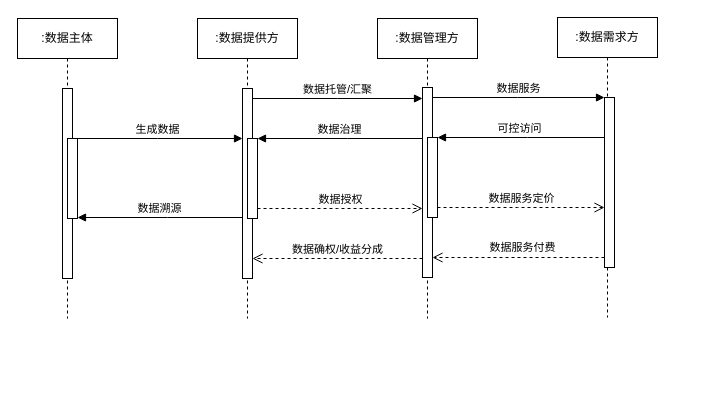
This is 数据共享顺序图.drawio from MaggieZhao-0711/SimpleBlockChain, a draw.io file, before an edit. Source tidied: cells renumbered, new cells numbered last; positions are measured from the earlier drawing's top-left corner, leaving out a move shared by most shapes. Both pictures are drawn from the tidied source at 100%, with x=0, y=0 at pixel (17, 17).
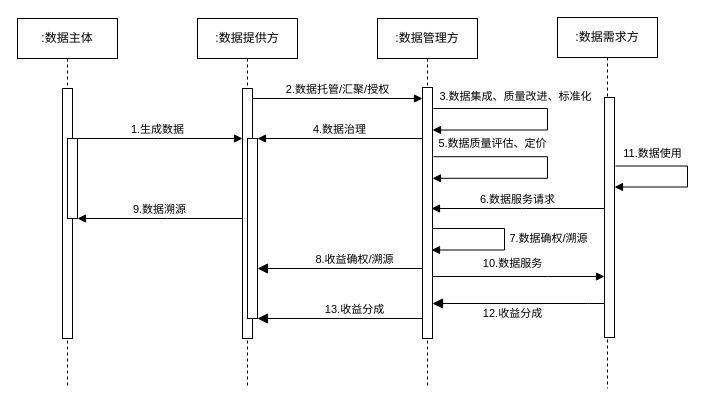
The same page after the edit.

Commit message:
更新数据共享顺序图.drawio

The edit, as a diff of the source:
```diff
@@
     <mxCell id="2" value=":数据主体" style="shape=umlLifeline;perimeter=lifelinePerimeter;whiteSpace=wrap;html=1;newEdgeStyle={&quot;edgeStyle&quot;:&quot;elbowEdgeStyle&quot;,&quot;elbow&quot;:&quot;vertical&quot;,&quot;curved&quot;:0,&quot;rounded&quot;:0};" parent="1" vertex="1">
-      <mxGeometry y="1" width="100" height="300" as="geometry" />
+      <mxGeometry y="1" width="100" height="370" as="geometry" />
     </mxCell>
     <mxCell id="3" style="html=1;perimeter=orthogonalPerimeter;targetShapes=umlLifeline;newEdgeStyle={&quot;edgeStyle&quot;:&quot;elbowEdgeStyle&quot;,&quot;elbow&quot;:&quot;vertical&quot;,&quot;curved&quot;:0,&quot;rounded&quot;:0};" parent="2" vertex="1">
-      <mxGeometry x="45" y="70" width="10" height="190" as="geometry" />
+      <mxGeometry x="45" y="70" width="10" height="250" as="geometry" />
     </mxCell>
@@
     <mxCell id="5" value=":数据提供方" style="shape=umlLifeline;perimeter=lifelinePerimeter;whiteSpace=wrap;html=1;newEdgeStyle={&quot;edgeStyle&quot;:&quot;elbowEdgeStyle&quot;,&quot;elbow&quot;:&quot;vertical&quot;,&quot;curved&quot;:0,&quot;rounded&quot;:0};" parent="1" vertex="1">
-      <mxGeometry x="180" y="1" width="100" height="300" as="geometry" />
+      <mxGeometry x="180" y="1" width="100" height="370" as="geometry" />
     </mxCell>
-    <mxCell id="6" value="生成数据" style="html=1;verticalAlign=bottom;endArrow=block;edgeStyle=elbowEdgeStyle;elbow=vertical;curved=0;rounded=0;" parent="1" edge="1">
+    <mxCell id="6" value="1.生成数据" style="html=1;verticalAlign=bottom;endArrow=block;edgeStyle=elbowEdgeStyle;elbow=vertical;curved=0;rounded=0;" parent="1" edge="1">
       <mxGeometry relative="1" as="geometry">
         <mxPoint x="55" y="121" as="sourcePoint" />
         <mxPoint x="225" y="121" as="targetPoint" />
         <Array as="points">
           <mxPoint x="140" y="121" />
         </Array>
       </mxGeometry>
     </mxCell>
-    <mxCell id="7" value="数据溯源" style="html=1;verticalAlign=bottom;endArrow=block;edgeStyle=elbowEdgeStyle;elbow=vertical;curved=0;rounded=0;" parent="1" edge="1">
+    <mxCell id="7" value="9.数据溯源" style="html=1;verticalAlign=bottom;endArrow=block;edgeStyle=elbowEdgeStyle;elbow=vertical;curved=0;rounded=0;" parent="1" edge="1">
       <mxGeometry relative="1" as="geometry">
-        <mxPoint x="225" y="200" as="sourcePoint" />
-        <mxPoint x="60" y="200" as="targetPoint" />
+        <mxPoint x="225" y="201" as="sourcePoint" />
+        <mxPoint x="60" y="201" as="targetPoint" />
         <Array as="points">
-          <mxPoint x="150" y="200" />
+          <mxPoint x="150" y="201" />
         </Array>
       </mxGeometry>
     </mxCell>
     <mxCell id="8" style="html=1;points=[];perimeter=orthogonalPerimeter;outlineConnect=0;targetShapes=umlLifeline;portConstraint=eastwest;newEdgeStyle={&quot;edgeStyle&quot;:&quot;elbowEdgeStyle&quot;,&quot;elbow&quot;:&quot;vertical&quot;,&quot;curved&quot;:0,&quot;rounded&quot;:0};" parent="1" vertex="1">
-      <mxGeometry x="225" y="71" width="10" height="190" as="geometry" />
+      <mxGeometry x="225" y="71" width="10" height="250" as="geometry" />
     </mxCell>
     <mxCell id="9" style="html=1;points=[];perimeter=orthogonalPerimeter;outlineConnect=0;targetShapes=umlLifeline;portConstraint=eastwest;newEdgeStyle={&quot;edgeStyle&quot;:&quot;elbowEdgeStyle&quot;,&quot;elbow&quot;:&quot;vertical&quot;,&quot;curved&quot;:0,&quot;rounded&quot;:0};" parent="1" vertex="1">
-      <mxGeometry x="230" y="121" width="10" height="80" as="geometry" />
+      <mxGeometry x="230" y="121" width="10" height="180" as="geometry" />
     </mxCell>
     <mxCell id="10" value=":数据管理方" style="shape=umlLifeline;perimeter=lifelinePerimeter;whiteSpace=wrap;html=1;newEdgeStyle={&quot;edgeStyle&quot;:&quot;elbowEdgeStyle&quot;,&quot;elbow&quot;:&quot;vertical&quot;,&quot;curved&quot;:0,&quot;rounded&quot;:0};" parent="1" vertex="1">
-      <mxGeometry x="360" y="1" width="100" height="300" as="geometry" />
+      <mxGeometry x="360" y="1" width="100" height="370" as="geometry" />
     </mxCell>
-    <mxCell id="11" value="数据托管/汇聚" style="html=1;verticalAlign=bottom;endArrow=block;edgeStyle=elbowEdgeStyle;elbow=vertical;curved=0;rounded=0;" parent="1" edge="1" source="8">
+    <mxCell id="11" value="2.数据托管/汇聚/授权" style="html=1;verticalAlign=bottom;endArrow=block;edgeStyle=elbowEdgeStyle;elbow=vertical;curved=0;rounded=0;" parent="1" edge="1" source="8">
       <mxGeometry relative="1" as="geometry">
         <mxPoint x="405" y="81" as="targetPoint" />
         <Array as="points">
           <mxPoint x="320" y="81" />
         </Array>
       </mxGeometry>
     </mxCell>
-    <mxCell id="12" value="数据确权/收益分成" style="html=1;verticalAlign=bottom;endArrow=open;dashed=1;endSize=8;edgeStyle=elbowEdgeStyle;elbow=vertical;curved=0;rounded=0;" parent="1" edge="1" target="8">
+    <mxCell id="12" value="13.收益分成" style="html=1;verticalAlign=bottom;endArrow=block;endSize=8;edgeStyle=elbowEdgeStyle;elbow=vertical;curved=0;rounded=0;endFill=1;" parent="1" edge="1">
       <mxGeometry relative="1" as="geometry">
-        <mxPoint x="405" y="241" as="sourcePoint" />
+        <mxPoint x="405" y="271" as="sourcePoint" />
+        <mxPoint x="240" y="301" as="targetPoint" />
         <Array as="points">
-          <mxPoint x="330" y="241" />
+          <mxPoint x="370" y="301" />
+          <mxPoint x="330" y="271" />
         </Array>
       </mxGeometry>
     </mxCell>
-    <mxCell id="13" value="数据治理" style="html=1;verticalAlign=bottom;endArrow=block;edgeStyle=elbowEdgeStyle;elbow=vertical;curved=0;rounded=0;" parent="1" edge="1" target="9">
+    <mxCell id="13" value="4.数据治理" style="html=1;verticalAlign=bottom;endArrow=block;edgeStyle=elbowEdgeStyle;elbow=vertical;curved=0;rounded=0;" parent="1" edge="1" target="9">
       <mxGeometry relative="1" as="geometry">
         <mxPoint x="405" y="121" as="sourcePoint" />
         <Array as="points">
           <mxPoint x="330" y="121" />
         </Array>
       </mxGeometry>
     </mxCell>
-    <mxCell id="14" value="数据授权" style="html=1;verticalAlign=bottom;endArrow=open;dashed=1;endSize=8;edgeStyle=elbowEdgeStyle;elbow=vertical;curved=0;rounded=0;" parent="1" edge="1" source="9">
-      <mxGeometry relative="1" as="geometry">
-        <mxPoint x="405" y="191" as="targetPoint" />
-        <Array as="points">
-          <mxPoint x="320" y="191" />
-        </Array>
-      </mxGeometry>
-    </mxCell>
     <mxCell id="15" style="html=1;points=[];perimeter=orthogonalPerimeter;outlineConnect=0;targetShapes=umlLifeline;portConstraint=eastwest;newEdgeStyle={&quot;edgeStyle&quot;:&quot;elbowEdgeStyle&quot;,&quot;elbow&quot;:&quot;vertical&quot;,&quot;curved&quot;:0,&quot;rounded&quot;:0};" parent="1" vertex="1">
-      <mxGeometry x="405" y="70" width="10" height="190" as="geometry" />
+      <mxGeometry x="405" y="70" width="10" height="251" as="geometry" />
     </mxCell>
-    <mxCell id="16" style="html=1;points=[];perimeter=orthogonalPerimeter;outlineConnect=0;targetShapes=umlLifeline;portConstraint=eastwest;newEdgeStyle={&quot;edgeStyle&quot;:&quot;elbowEdgeStyle&quot;,&quot;elbow&quot;:&quot;vertical&quot;,&quot;curved&quot;:0,&quot;rounded&quot;:0};" parent="1" vertex="1">
-      <mxGeometry x="410" y="120" width="10" height="80" as="geometry" />
-    </mxCell>
     <mxCell id="17" value=":数据需求方" style="shape=umlLifeline;perimeter=lifelinePerimeter;whiteSpace=wrap;html=1;newEdgeStyle={&quot;edgeStyle&quot;:&quot;elbowEdgeStyle&quot;,&quot;elbow&quot;:&quot;vertical&quot;,&quot;curved&quot;:0,&quot;rounded&quot;:0};" parent="1" vertex="1">
-      <mxGeometry x="540" width="100" height="300" as="geometry" />
+      <mxGeometry x="540" width="100" height="371" as="geometry" />
     </mxCell>
     <mxCell id="18" style="html=1;points=[];perimeter=orthogonalPerimeter;outlineConnect=0;targetShapes=umlLifeline;portConstraint=eastwest;newEdgeStyle={&quot;edgeStyle&quot;:&quot;elbowEdgeStyle&quot;,&quot;elbow&quot;:&quot;vertical&quot;,&quot;curved&quot;:0,&quot;rounded&quot;:0};" parent="17" vertex="1">
-      <mxGeometry x="47" y="80" width="10" height="170" as="geometry" />
+      <mxGeometry x="47" y="80" width="10" height="240" as="geometry" />
     </mxCell>
-    <mxCell id="19" value="数据服务" style="html=1;verticalAlign=bottom;endArrow=block;edgeStyle=elbowEdgeStyle;elbow=vertical;curved=0;rounded=0;" parent="1" edge="1" source="15" target="18">
-      <mxGeometry relative="1" as="geometry">
+    <mxCell id="19" style="html=1;verticalAlign=bottom;endArrow=block;edgeStyle=elbowEdgeStyle;elbow=vertical;curved=0;rounded=0;" parent="1" edge="1">
+      <mxGeometry x="0.1" y="10" relative="1" as="geometry">
+        <mxPoint x="415" y="259" as="sourcePoint" />
+        <mxPoint x="587" y="259" as="targetPoint" />
         <Array as="points">
-          <mxPoint x="500" y="80" />
+          <mxPoint x="530" y="259" />
+          <mxPoint x="500" y="138" />
         </Array>
       </mxGeometry>
     </mxCell>
-    <mxCell id="20" style="html=1;verticalAlign=bottom;endArrow=open;dashed=1;endSize=8;edgeStyle=elbowEdgeStyle;elbow=vertical;curved=0;rounded=0;" parent="1" edge="1" source="18" target="15">
+    <mxCell id="20" style="html=1;verticalAlign=bottom;endArrow=block;endSize=8;edgeStyle=elbowEdgeStyle;elbow=vertical;curved=0;rounded=0;endFill=1;" parent="1" edge="1">
       <mxGeometry x="-0.34" y="-19" relative="1" as="geometry">
+        <mxPoint x="587" y="286" as="sourcePoint" />
+        <mxPoint x="415" y="286" as="targetPoint" />
         <Array as="points">
-          <mxPoint x="510" y="240" />
+          <mxPoint x="570" y="286" />
+          <mxPoint x="510" y="265" />
         </Array>
       </mxGeometry>
     </mxCell>
-    <mxCell id="21" style="html=1;verticalAlign=bottom;endArrow=block;edgeStyle=elbowEdgeStyle;elbow=vertical;curved=0;rounded=0;" parent="1" edge="1" source="18" target="16">
-      <mxGeometry x="0.04" y="-9" relative="1" as="geometry">
-        <Array as="points">
-          <mxPoint x="510" y="120" />
-        </Array>
-      </mxGeometry>
-    </mxCell>
-    <mxCell id="22" value="数据服务定价" style="html=1;verticalAlign=bottom;endArrow=open;dashed=1;endSize=8;edgeStyle=elbowEdgeStyle;elbow=vertical;curved=0;rounded=0;" parent="1" edge="1" source="16" target="18">
-      <mxGeometry relative="1" as="geometry">
-        <Array as="points">
-          <mxPoint x="500" y="190" />
-        </Array>
-      </mxGeometry>
-    </mxCell>
-    <mxCell id="23" value="&lt;font style=&quot;font-size: 11px;&quot;&gt;数据服务付费&lt;/font&gt;" style="text;html=1;align=center;verticalAlign=middle;strokeColor=none;fillColor=none;" parent="1" vertex="1">
-      <mxGeometry x="460" y="215" width="90" height="30" as="geometry" />
+    <mxCell id="23" value="&lt;span style=&quot;font-size: 11px;&quot;&gt;12.收益分成&lt;/span&gt;" style="text;html=1;align=center;verticalAlign=middle;strokeColor=none;fillColor=none;" parent="1" vertex="1">
+      <mxGeometry x="455" y="281" width="80" height="30" as="geometry" />
     </mxCell>
-    <mxCell id="24" value="&lt;span style=&quot;font-size: 11px;&quot;&gt;可控访问&lt;/span&gt;" style="text;html=1;align=center;verticalAlign=middle;strokeColor=none;fillColor=none;" parent="1" vertex="1">
-      <mxGeometry x="467" y="96" width="70" height="30" as="geometry" />
-    </mxCell>
+    <mxCell id="25" style="edgeStyle=elbowEdgeStyle;elbow=horizontal;endArrow=block;html=1;curved=0;rounded=0;endSize=6;startSize=6;endFill=1;" parent="1" edge="1" target="18">
+      <mxGeometry relative="1" as="geometry">
+        <mxPoint x="598" y="148.5" as="sourcePoint" />
+        <Array as="points">
+          <mxPoint x="670" y="169.5" />
+        </Array>
+      </mxGeometry>
+    </mxCell>
+    <mxCell id="26" value="&lt;span style=&quot;font-size: 11px;&quot;&gt;11.数据使用&lt;/span&gt;" style="text;html=1;align=center;verticalAlign=middle;strokeColor=none;fillColor=none;" parent="1" vertex="1">
+      <mxGeometry x="595" y="121" width="80" height="30" as="geometry" />
+    </mxCell>
+    <mxCell id="27" style="edgeStyle=elbowEdgeStyle;elbow=horizontal;endArrow=block;html=1;curved=0;rounded=0;endSize=6;startSize=6;endFill=1;" parent="1" edge="1">
+      <mxGeometry relative="1" as="geometry">
+        <mxPoint x="416" y="91" as="sourcePoint" />
+        <mxPoint x="415" y="112.5" as="targetPoint" />
+        <Array as="points">
+          <mxPoint x="530" y="101" />
+        </Array>
+      </mxGeometry>
+    </mxCell>
+    <mxCell id="28" value="&lt;span style=&quot;font-size: 11px;&quot;&gt;3.数据集成、质量改进、标准化&lt;/span&gt;" style="text;html=1;align=center;verticalAlign=middle;strokeColor=none;fillColor=none;" parent="1" vertex="1">
+      <mxGeometry x="408" y="64" width="180" height="30" as="geometry" />
+    </mxCell>
+    <mxCell id="29" style="edgeStyle=elbowEdgeStyle;elbow=horizontal;endArrow=block;html=1;curved=0;rounded=0;endSize=6;startSize=6;endFill=1;" parent="1" edge="1">
+      <mxGeometry relative="1" as="geometry">
+        <mxPoint x="416" y="139.2" as="sourcePoint" />
+        <mxPoint x="415" y="160.8" as="targetPoint" />
+        <Array as="points">
+          <mxPoint x="530" y="151" />
+        </Array>
+      </mxGeometry>
+    </mxCell>
+    <mxCell id="30" value="&lt;span style=&quot;font-size: 11px;&quot;&gt;5.数据质量评估、定价&lt;/span&gt;" style="text;html=1;align=center;verticalAlign=middle;strokeColor=none;fillColor=none;" parent="1" vertex="1">
+      <mxGeometry x="410" y="111" width="130" height="30" as="geometry" />
+    </mxCell>
+    <mxCell id="31" value="6.数据服务请求" style="html=1;verticalAlign=bottom;endArrow=block;edgeStyle=elbowEdgeStyle;elbow=vertical;curved=0;rounded=0;" parent="1" edge="1" source="18">
+      <mxGeometry relative="1" as="geometry">
+        <mxPoint x="414" y="191" as="targetPoint" />
+        <Array as="points">
+          <mxPoint x="504" y="191" />
+        </Array>
+      </mxGeometry>
+    </mxCell>
+    <mxCell id="32" value="&lt;span style=&quot;font-size: 11px;&quot;&gt;10.数据服务&lt;/span&gt;" style="text;html=1;align=center;verticalAlign=middle;strokeColor=none;fillColor=none;" parent="1" vertex="1">
+      <mxGeometry x="455" y="231" width="80" height="30" as="geometry" />
+    </mxCell>
+    <mxCell id="33" style="edgeStyle=elbowEdgeStyle;elbow=horizontal;endArrow=block;html=1;curved=0;rounded=0;endSize=6;startSize=6;endFill=1;" parent="1" edge="1">
+      <mxGeometry relative="1" as="geometry">
+        <mxPoint x="415" y="211" as="sourcePoint" />
+        <mxPoint x="414" y="232.5" as="targetPoint" />
+        <Array as="points">
+          <mxPoint x="487" y="232" />
+        </Array>
+      </mxGeometry>
+    </mxCell>
+    <mxCell id="34" value="&lt;span style=&quot;font-size: 11px;&quot;&gt;7.数据确权/溯源&lt;/span&gt;" style="text;html=1;align=center;verticalAlign=middle;strokeColor=none;fillColor=none;" parent="1" vertex="1">
+      <mxGeometry x="481" y="206" width="100" height="30" as="geometry" />
+    </mxCell>
+    <mxCell id="35" value="8.收益确权/溯源" style="html=1;verticalAlign=bottom;endArrow=block;endSize=8;edgeStyle=elbowEdgeStyle;elbow=vertical;curved=0;rounded=0;endFill=1;" parent="1" edge="1">
+      <mxGeometry relative="1" as="geometry">
+        <mxPoint x="405" y="221" as="sourcePoint" />
+        <mxPoint x="240" y="251" as="targetPoint" />
+        <Array as="points">
+          <mxPoint x="370" y="251" />
+          <mxPoint x="330" y="221" />
+        </Array>
+      </mxGeometry>
+    </mxCell>
```
